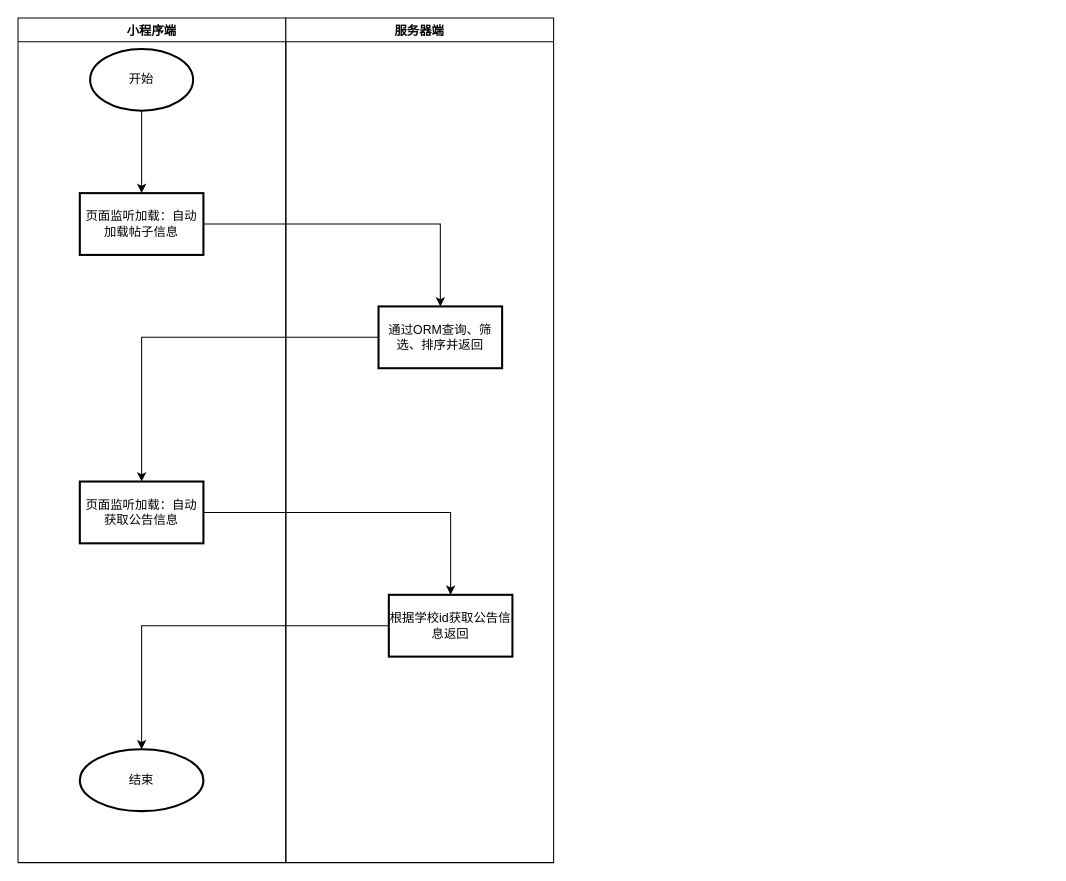
Earlier version of the draw.io diagram page "页面监听加载" (1 of 3) of tietie/main.drawio (Zhou-Ru-Xuan/drawio-workplace). Source tidied: cells renumbered, new cells numbered last; positions are measured from the earlier drawing's top-left corner, leaving out a move shared by most shapes. Both pictures are drawn from the tidied source at 103%, with x=0, y=0 at pixel (18, 18).
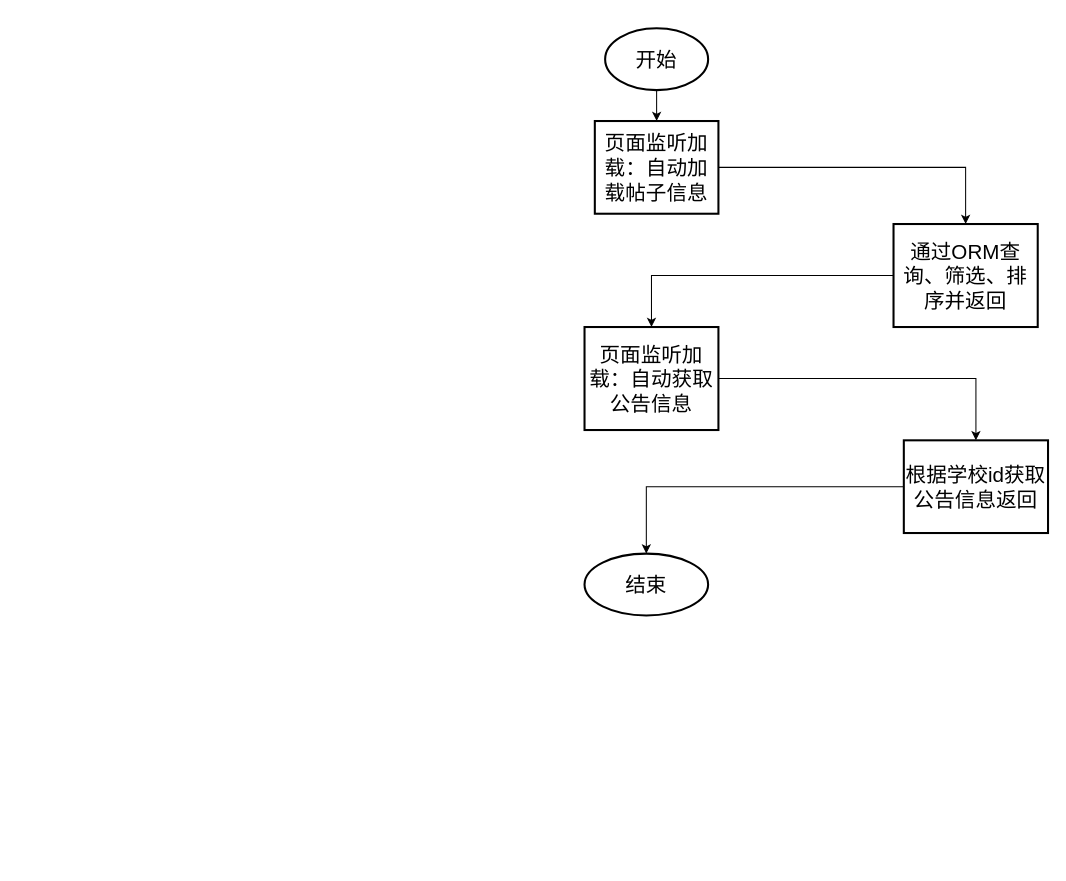
Above is the later version.

The edit, as a diff of the source:
```diff
@@
 <mxGraphModel>
   <root>
     <mxCell id="0" />
     <mxCell id="1" parent="0" />
-    <mxCell id="2" style="edgeStyle=orthogonalEdgeStyle;rounded=0;jettySize=auto;html=1;" parent="1" edge="1" source="3" target="5">
+    <mxCell id="2" style="edgeStyle=orthogonalEdgeStyle;rounded=0;jettySize=auto;html=1;fontFamily=宋体;fontSize=20;" parent="1" edge="1" source="3" target="5">
       <mxGeometry relative="1" as="geometry" />
     </mxCell>
-    <mxCell id="3" value="开始" style="strokeWidth=2;html=1;shape=mxgraph.flowchart.start_1;whiteSpace=wrap;" parent="1" vertex="1">
-      <mxGeometry x="70" y="30" width="100" height="60" as="geometry" />
+    <mxCell id="3" value="开始" style="strokeWidth=2;html=1;shape=mxgraph.flowchart.start_1;whiteSpace=wrap;fontFamily=宋体;fontSize=20;" parent="1" vertex="1">
+      <mxGeometry x="570" y="10" width="100" height="60" as="geometry" />
     </mxCell>
-    <mxCell id="4" style="edgeStyle=orthogonalEdgeStyle;rounded=0;jettySize=auto;html=1;" parent="1" edge="1" source="5" target="12">
+    <mxCell id="4" style="edgeStyle=orthogonalEdgeStyle;rounded=0;jettySize=auto;html=1;fontFamily=宋体;fontSize=20;entryX=0.5;entryY=0;entryDx=0;entryDy=0;" parent="1" edge="1" source="5" target="12">
       <mxGeometry relative="1" as="geometry" />
     </mxCell>
-    <mxCell id="5" value="页面监听加载：自动加载帖子信息" style="whiteSpace=wrap;html=1;strokeWidth=2;" parent="1" vertex="1">
-      <mxGeometry x="60" y="170" width="120" height="60" as="geometry" />
+    <mxCell id="5" value="页面监听加载：自动加载帖子信息" style="whiteSpace=wrap;html=1;strokeWidth=2;fontFamily=宋体;fontSize=20;" parent="1" vertex="1">
+      <mxGeometry x="560" y="100" width="120" height="90" as="geometry" />
     </mxCell>
-    <mxCell id="6" style="edgeStyle=orthogonalEdgeStyle;rounded=0;jettySize=auto;html=1;" parent="1" edge="1" source="12" target="8">
+    <mxCell id="6" style="edgeStyle=orthogonalEdgeStyle;rounded=0;jettySize=auto;html=1;fontFamily=宋体;fontSize=20;entryX=0.5;entryY=0;entryDx=0;entryDy=0;" parent="1" edge="1" source="12" target="8">
       <mxGeometry relative="1" as="geometry" />
     </mxCell>
-    <mxCell id="7" style="edgeStyle=orthogonalEdgeStyle;rounded=0;jettySize=auto;html=1;" parent="1" edge="1" source="8" target="13">
+    <mxCell id="7" style="edgeStyle=orthogonalEdgeStyle;rounded=0;jettySize=auto;html=1;fontFamily=宋体;fontSize=20;" parent="1" edge="1" source="8" target="13">
       <mxGeometry relative="1" as="geometry" />
     </mxCell>
-    <mxCell id="8" value="页面监听加载：自动获取公告信息" style="whiteSpace=wrap;html=1;strokeWidth=2;" parent="1" vertex="1">
-      <mxGeometry x="60" y="450" width="120" height="60" as="geometry" />
+    <mxCell id="8" value="页面监听加载：自动获取公告信息" style="whiteSpace=wrap;html=1;strokeWidth=2;fontFamily=宋体;fontSize=20;" parent="1" vertex="1">
+      <mxGeometry x="550" y="300" width="130" height="100" as="geometry" />
     </mxCell>
-    <mxCell id="9" value="小程序端" style="swimlane;" parent="1" vertex="1">
-      <mxGeometry width="260" height="820" as="geometry" />
-    </mxCell>
-    <mxCell id="10" value="结束" style="ellipse;whiteSpace=wrap;html=1;strokeWidth=2;" parent="9" vertex="1">
-      <mxGeometry x="60" y="710" width="120" height="60" as="geometry" />
+    <mxCell id="10" value="结束" style="ellipse;whiteSpace=wrap;html=1;strokeWidth=2;fontFamily=宋体;fontSize=20;" parent="1" vertex="1">
+      <mxGeometry x="550" y="520" width="120" height="60" as="geometry" />
     </mxCell>
-    <mxCell id="11" value="服务器端" style="swimlane;" parent="1" vertex="1">
-      <mxGeometry x="260" width="260" height="820" as="geometry" />
-    </mxCell>
-    <mxCell id="12" value="通过ORM查询、筛选、排序并返回" style="whiteSpace=wrap;html=1;strokeWidth=2;" parent="11" vertex="1">
-      <mxGeometry x="90" y="280" width="120" height="60" as="geometry" />
+    <mxCell id="12" value="通过ORM查询、筛选、排序并返回" style="whiteSpace=wrap;html=1;strokeWidth=2;fontFamily=宋体;fontSize=20;" parent="1" vertex="1">
+      <mxGeometry x="850" y="200" width="140" height="100" as="geometry" />
     </mxCell>
-    <mxCell id="13" value="根据学校id获取公告信息返回" style="whiteSpace=wrap;html=1;strokeWidth=2;" parent="11" vertex="1">
-      <mxGeometry x="100" y="560" width="120" height="60" as="geometry" />
+    <mxCell id="13" value="根据学校id获取公告信息返回" style="whiteSpace=wrap;html=1;strokeWidth=2;fontFamily=宋体;fontSize=20;" parent="1" vertex="1">
+      <mxGeometry x="860" y="410" width="140" height="90" as="geometry" />
     </mxCell>
-    <mxCell id="14" style="edgeStyle=orthogonalEdgeStyle;rounded=0;jettySize=auto;html=1;" parent="1" edge="1" source="13" target="10">
+    <mxCell id="14" style="edgeStyle=orthogonalEdgeStyle;rounded=0;jettySize=auto;html=1;fontFamily=宋体;fontSize=20;" parent="1" edge="1" source="13" target="10">
       <mxGeometry relative="1" as="geometry" />
     </mxCell>
   </root>
 </mxGraphModel>
```
